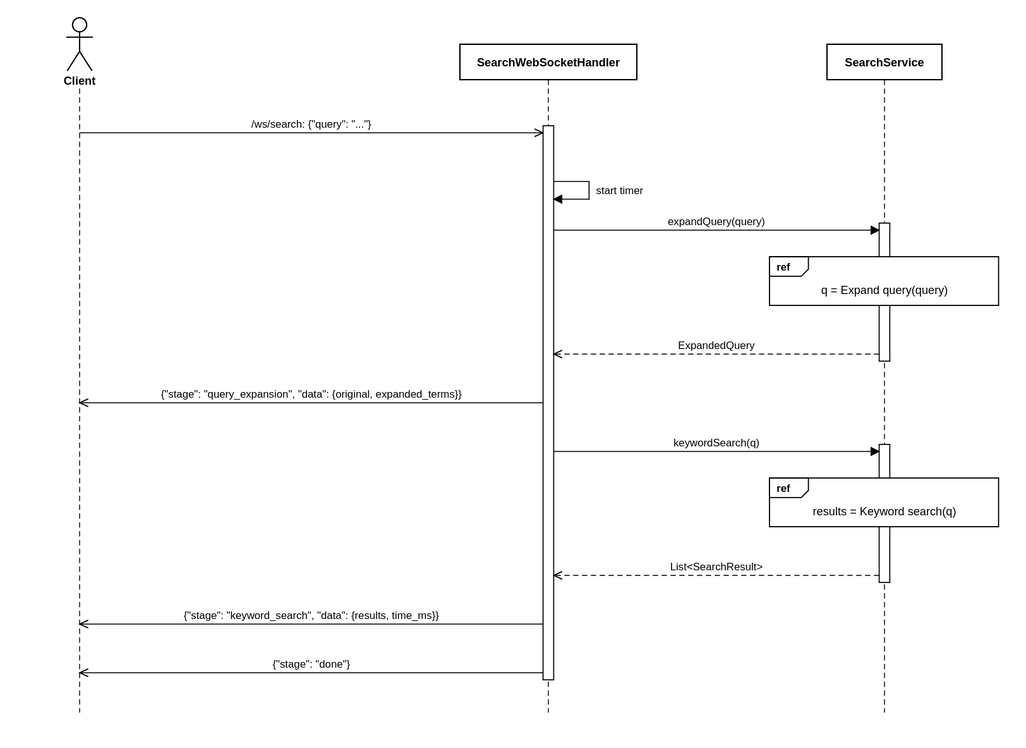
The draw.io diagram docs/uml/seq-search-streaming.drawio.svg in setrios/parallel-inverted-index-search-llm, before a commit. Source tidied: cells renumbered, new cells last; positions are measured from the earlier drawing's top-left corner, leaving out a move shared by most shapes.
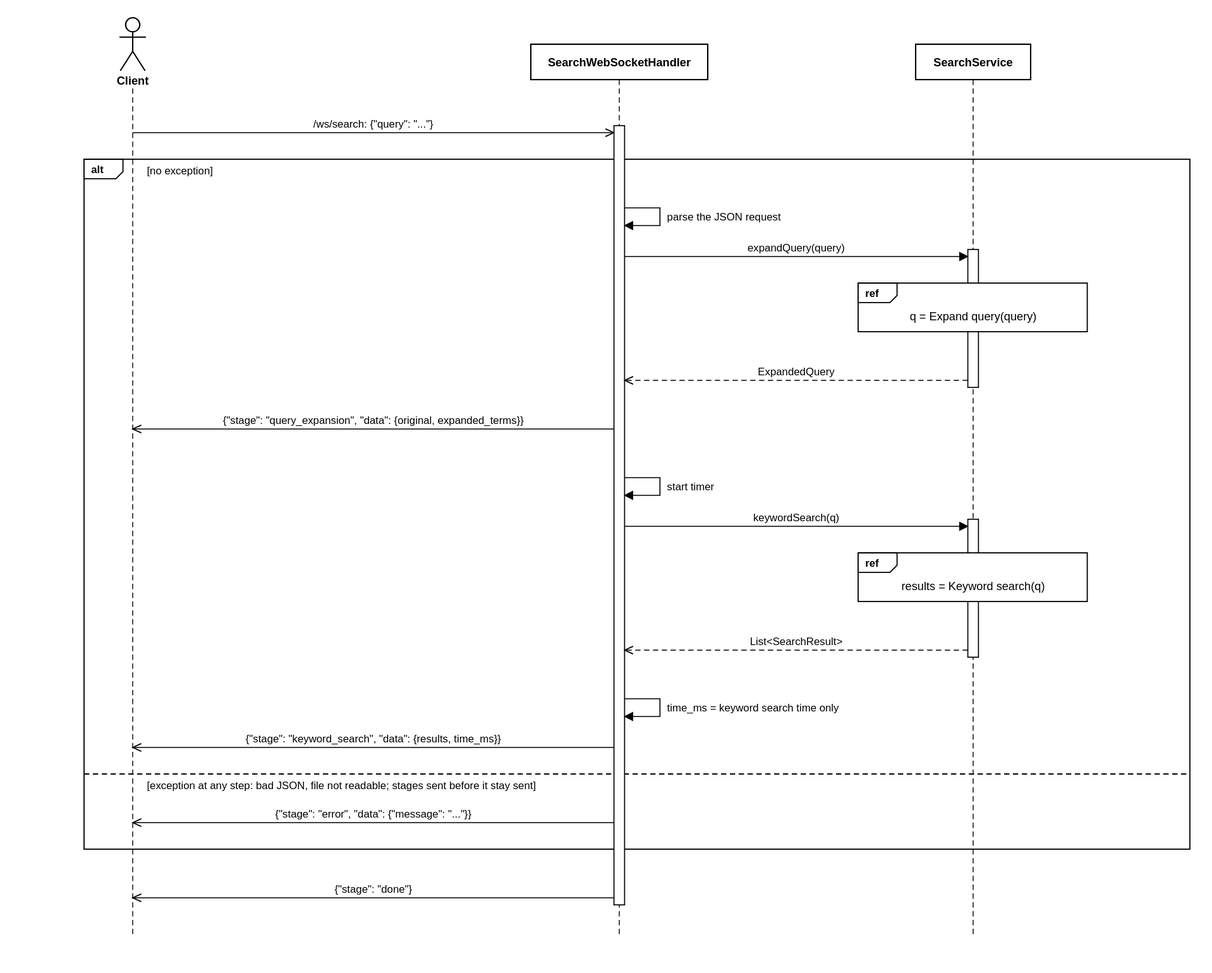
The same file after the commit.

The edit, as a diff of the source:
```diff
@@ -3,101 +3,148 @@
     <mxCell id="0" />
     <mxCell id="1" parent="0" />
     <mxCell id="2" value="Client" style="shape=umlActor;verticalLabelPosition=bottom;verticalAlign=top;html=1;fontStyle=1;" parent="1" vertex="1">
-      <mxGeometry width="30" height="60" as="geometry" />
+      <mxGeometry x="60" width="30" height="60" as="geometry" />
     </mxCell>
     <mxCell id="3" style="endArrow=none;dashed=1;html=1;" parent="1" edge="1">
       <mxGeometry relative="1" as="geometry">
-        <mxPoint x="15" y="80" as="sourcePoint" />
-        <mxPoint x="15" y="785" as="targetPoint" />
+        <mxPoint x="75" y="80" as="sourcePoint" />
+        <mxPoint x="75" y="1040" as="targetPoint" />
       </mxGeometry>
     </mxCell>
     <mxCell id="4" value="SearchWebSocketHandler" style="shape=umlLifeline;perimeter=lifelinePerimeter;whiteSpace=wrap;html=1;size=40;fontStyle=1;" parent="1" vertex="1">
-      <mxGeometry x="445" y="30" width="200" height="755" as="geometry" />
+      <mxGeometry x="525" y="30" width="200" height="1010" as="geometry" />
     </mxCell>
     <mxCell id="5" value="SearchService" style="shape=umlLifeline;perimeter=lifelinePerimeter;whiteSpace=wrap;html=1;size=40;fontStyle=1;" parent="1" vertex="1">
-      <mxGeometry x="860" y="30" width="130" height="755" as="geometry" />
+      <mxGeometry x="960" y="30" width="130" height="1010" as="geometry" />
     </mxCell>
+    <mxCell id="23" value="alt" style="shape=umlFrame;whiteSpace=wrap;html=1;width=44;height=22;fillColor=none;fontStyle=1;" parent="1" vertex="1">
+      <mxGeometry x="20" y="160" width="1250" height="780" as="geometry" />
+    </mxCell>
+    <mxCell id="24" value="[no exception]" style="text;html=1;align=left;verticalAlign=middle;" parent="1" vertex="1">
+      <mxGeometry x="91" y="164" width="260" height="18" as="geometry" />
+    </mxCell>
+    <mxCell id="25" value="[exception at any step: bad JSON, file not readable; stages sent before it stay sent]" style="text;html=1;align=left;verticalAlign=middle;" parent="1" vertex="1">
+      <mxGeometry x="91" y="859" width="260" height="18" as="geometry" />
+    </mxCell>
+    <mxCell id="26" style="endArrow=none;dashed=1;html=1;" parent="1" edge="1">
+      <mxGeometry relative="1" as="geometry">
+        <mxPoint x="20" y="855" as="sourcePoint" />
+        <mxPoint x="1270" y="855" as="targetPoint" />
+      </mxGeometry>
+    </mxCell>
     <mxCell id="6" style="html=1;" parent="1" vertex="1">
-      <mxGeometry x="539" y="122" width="12" height="626" as="geometry" />
+      <mxGeometry x="619" y="122" width="12" height="881" as="geometry" />
     </mxCell>
     <mxCell id="7" style="html=1;" parent="1" vertex="1">
-      <mxGeometry x="919" y="232" width="12" height="156" as="geometry" />
+      <mxGeometry x="1019" y="262" width="12" height="156" as="geometry" />
     </mxCell>
     <mxCell id="8" style="html=1;" parent="1" vertex="1">
-      <mxGeometry x="919" y="482" width="12" height="156" as="geometry" />
+      <mxGeometry x="1019" y="567" width="12" height="156" as="geometry" />
     </mxCell>
     <mxCell id="9" value="ref" style="shape=umlFrame;whiteSpace=wrap;html=1;width=44;height=22;fillColor=#ffffff;fontStyle=1;" parent="1" vertex="1">
-      <mxGeometry x="795" y="270" width="259" height="55" as="geometry" />
+      <mxGeometry x="895" y="300" width="259" height="55" as="geometry" />
     </mxCell>
     <mxCell id="10" value="q = Expand query(query)" style="text;html=1;align=center;verticalAlign=middle;" parent="1" vertex="1">
-      <mxGeometry x="795" y="296" width="259" height="24" as="geometry" />
+      <mxGeometry x="895" y="326" width="259" height="24" as="geometry" />
     </mxCell>
     <mxCell id="11" value="ref" style="shape=umlFrame;whiteSpace=wrap;html=1;width=44;height=22;fillColor=#ffffff;fontStyle=1;" parent="1" vertex="1">
-      <mxGeometry x="795" y="520" width="259" height="55" as="geometry" />
+      <mxGeometry x="895" y="605" width="259" height="55" as="geometry" />
     </mxCell>
     <mxCell id="12" value="results = Keyword search(q)" style="text;html=1;align=center;verticalAlign=middle;" parent="1" vertex="1">
-      <mxGeometry x="795" y="546" width="259" height="24" as="geometry" />
+      <mxGeometry x="895" y="631" width="259" height="24" as="geometry" />
     </mxCell>
     <mxCell id="13" value="/ws/search: {&quot;query&quot;: &quot;...&quot;}" style="html=1;verticalAlign=bottom;endArrow=open;endFill=0;edgeStyle=none;" parent="1" edge="1">
       <mxGeometry relative="1" as="geometry">
-        <mxPoint x="15" y="130" as="sourcePoint" />
-        <mxPoint x="539" y="130" as="targetPoint" />
+        <mxPoint x="75" y="130" as="sourcePoint" />
+        <mxPoint x="619" y="130" as="targetPoint" />
       </mxGeometry>
     </mxCell>
     <mxCell id="14" style="html=1;endArrow=block;endFill=1;edgeStyle=none;" parent="1" edge="1">
       <mxGeometry relative="1" as="geometry">
-        <mxPoint x="551" y="185" as="sourcePoint" />
-        <mxPoint x="551" y="205" as="targetPoint" />
+        <mxPoint x="631" y="215" as="sourcePoint" />
+        <mxPoint x="631" y="235" as="targetPoint" />
         <Array as="points">
-          <mxPoint x="591" y="185" />
-          <mxPoint x="591" y="205" />
+          <mxPoint x="671" y="215" />
+          <mxPoint x="671" y="235" />
         </Array>
       </mxGeometry>
     </mxCell>
-    <mxCell id="15" value="start timer" style="text;html=1;align=left;verticalAlign=middle;" parent="1" vertex="1">
-      <mxGeometry x="597" y="186" width="320" height="18" as="geometry" />
+    <mxCell id="15" value="parse the JSON request" style="text;html=1;align=left;verticalAlign=middle;" parent="1" vertex="1">
+      <mxGeometry x="677" y="216" width="320" height="18" as="geometry" />
     </mxCell>
     <mxCell id="16" value="expandQuery(query)" style="html=1;verticalAlign=bottom;endArrow=block;endFill=1;edgeStyle=none;" parent="1" edge="1">
       <mxGeometry relative="1" as="geometry">
-        <mxPoint x="551" y="240" as="sourcePoint" />
-        <mxPoint x="919" y="240" as="targetPoint" />
+        <mxPoint x="631" y="270" as="sourcePoint" />
+        <mxPoint x="1019" y="270" as="targetPoint" />
       </mxGeometry>
     </mxCell>
     <mxCell id="17" value="ExpandedQuery" style="html=1;verticalAlign=bottom;endArrow=open;endFill=0;dashed=1;edgeStyle=none;" parent="1" edge="1">
       <mxGeometry relative="1" as="geometry">
-        <mxPoint x="919" y="380" as="sourcePoint" />
-        <mxPoint x="551" y="380" as="targetPoint" />
+        <mxPoint x="1019" y="410" as="sourcePoint" />
+        <mxPoint x="631" y="410" as="targetPoint" />
       </mxGeometry>
     </mxCell>
     <mxCell id="18" value="{&quot;stage&quot;: &quot;query_expansion&quot;, &quot;data&quot;: {original, expanded_terms}}" style="html=1;verticalAlign=bottom;endArrow=open;endFill=0;edgeStyle=none;" parent="1" edge="1">
       <mxGeometry relative="1" as="geometry">
-        <mxPoint x="539" y="435" as="sourcePoint" />
-        <mxPoint x="15" y="435" as="targetPoint" />
+        <mxPoint x="619" y="465" as="sourcePoint" />
+        <mxPoint x="75" y="465" as="targetPoint" />
       </mxGeometry>
     </mxCell>
+    <mxCell id="27" style="html=1;endArrow=block;endFill=1;edgeStyle=none;" parent="1" edge="1">
+      <mxGeometry relative="1" as="geometry">
+        <mxPoint x="631" y="520" as="sourcePoint" />
+        <mxPoint x="631" y="540" as="targetPoint" />
+        <Array as="points">
+          <mxPoint x="671" y="520" />
+          <mxPoint x="671" y="540" />
+        </Array>
+      </mxGeometry>
+    </mxCell>
+    <mxCell id="28" value="start timer" style="text;html=1;align=left;verticalAlign=middle;" parent="1" vertex="1">
+      <mxGeometry x="677" y="521" width="320" height="18" as="geometry" />
+    </mxCell>
     <mxCell id="19" value="keywordSearch(q)" style="html=1;verticalAlign=bottom;endArrow=block;endFill=1;edgeStyle=none;" parent="1" edge="1">
       <mxGeometry relative="1" as="geometry">
-        <mxPoint x="551" y="490" as="sourcePoint" />
-        <mxPoint x="919" y="490" as="targetPoint" />
+        <mxPoint x="631" y="575" as="sourcePoint" />
+        <mxPoint x="1019" y="575" as="targetPoint" />
       </mxGeometry>
     </mxCell>
     <mxCell id="20" value="List&lt;SearchResult&gt;" style="html=1;verticalAlign=bottom;endArrow=open;endFill=0;dashed=1;edgeStyle=none;" parent="1" edge="1">
       <mxGeometry relative="1" as="geometry">
-        <mxPoint x="919" y="630" as="sourcePoint" />
-        <mxPoint x="551" y="630" as="targetPoint" />
+        <mxPoint x="1019" y="715" as="sourcePoint" />
+        <mxPoint x="631" y="715" as="targetPoint" />
       </mxGeometry>
     </mxCell>
+    <mxCell id="29" style="html=1;endArrow=block;endFill=1;edgeStyle=none;" parent="1" edge="1">
+      <mxGeometry relative="1" as="geometry">
+        <mxPoint x="631" y="770" as="sourcePoint" />
+        <mxPoint x="631" y="790" as="targetPoint" />
+        <Array as="points">
+          <mxPoint x="671" y="770" />
+          <mxPoint x="671" y="790" />
+        </Array>
+      </mxGeometry>
+    </mxCell>
+    <mxCell id="30" value="time_ms = keyword search time only" style="text;html=1;align=left;verticalAlign=middle;" parent="1" vertex="1">
+      <mxGeometry x="677" y="771" width="320" height="18" as="geometry" />
+    </mxCell>
     <mxCell id="21" value="{&quot;stage&quot;: &quot;keyword_search&quot;, &quot;data&quot;: {results, time_ms}}" style="html=1;verticalAlign=bottom;endArrow=open;endFill=0;edgeStyle=none;" parent="1" edge="1">
       <mxGeometry relative="1" as="geometry">
-        <mxPoint x="539" y="685" as="sourcePoint" />
-        <mxPoint x="15" y="685" as="targetPoint" />
+        <mxPoint x="619" y="825" as="sourcePoint" />
+        <mxPoint x="75" y="825" as="targetPoint" />
       </mxGeometry>
     </mxCell>
-    <mxCell id="22" value="{&quot;stage&quot;: &quot;done&quot;}" style="html=1;verticalAlign=bottom;endArrow=open;endFill=0;edgeStyle=none;" parent="1" edge="1">
+    <mxCell id="22" value="{&quot;stage&quot;: &quot;error&quot;, &quot;data&quot;: {&quot;message&quot;: &quot;...&quot;}}" style="html=1;verticalAlign=bottom;endArrow=open;endFill=0;edgeStyle=none;" parent="1" edge="1">
       <mxGeometry relative="1" as="geometry">
-        <mxPoint x="539" y="740" as="sourcePoint" />
-        <mxPoint x="15" y="740" as="targetPoint" />
+        <mxPoint x="619" y="910" as="sourcePoint" />
+        <mxPoint x="75" y="910" as="targetPoint" />
       </mxGeometry>
     </mxCell>
+    <mxCell id="31" value="{&quot;stage&quot;: &quot;done&quot;}" style="html=1;verticalAlign=bottom;endArrow=open;endFill=0;edgeStyle=none;" parent="1" edge="1">
+      <mxGeometry relative="1" as="geometry">
+        <mxPoint x="619" y="995" as="sourcePoint" />
+        <mxPoint x="75" y="995" as="targetPoint" />
+      </mxGeometry>
+    </mxCell>
   </root>
 </mxGraphModel>
```
